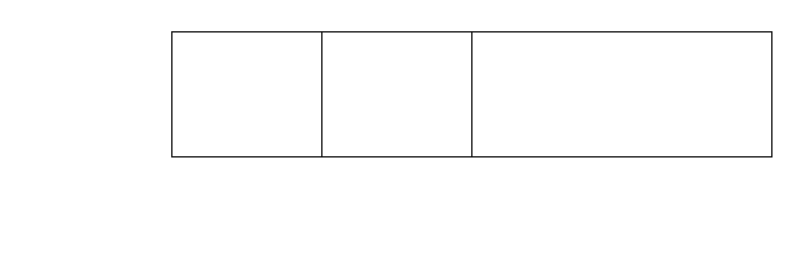
hookex/chart keeps this draw.io diagram as ctuFrame.drawio. Above is the earlier version. Source tidied: cells renumbered, new cells numbered last; positions are measured from the earlier drawing's top-left corner, leaving out a move shared by most shapes. Both pictures are drawn from the tidied source at 125%, with x=0, y=0 at pixel (171, 31).
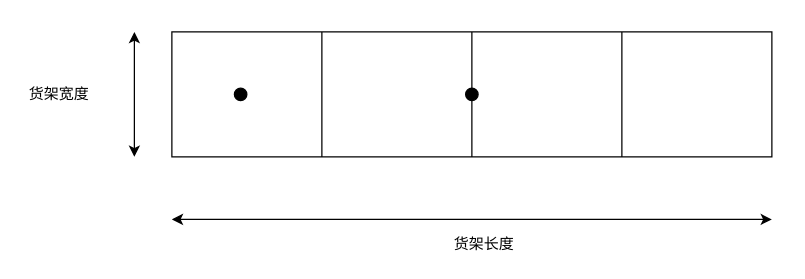
Above is the later version.

Diff of the diagram source:
```diff
@@
 <mxGraphModel>
   <root>
     <mxCell id="0" />
     <mxCell id="1" parent="0" />
     <mxCell id="2" style="rounded=0;whiteSpace=wrap;html=1;" parent="1" vertex="1">
       <mxGeometry width="480" height="100" as="geometry" />
     </mxCell>
-    <mxCell id="3" style="endArrow=none;html=1;entryX=0.5;entryY=0;entryDx=0;entryDy=0;exitX=0.5;exitY=1;exitDx=0;exitDy=0;" parent="1" edge="1" source="2" target="2">
+    <mxCell id="3" style="endArrow=none;html=1;entryX=0.5;entryY=0;entryDx=0;entryDy=0;exitX=0.5;exitY=1;exitDx=0;exitDy=0;" parent="1" edge="1" source="11" target="2">
       <mxGeometry relative="1" as="geometry" />
     </mxCell>
     <mxCell id="4" style="endArrow=none;html=1;entryX=0.25;entryY=0;entryDx=0;entryDy=0;exitX=0.25;exitY=1;exitDx=0;exitDy=0;" parent="1" edge="1" source="2" target="2">
       <mxGeometry relative="1" as="geometry" />
     </mxCell>
+    <mxCell id="5" style="endArrow=none;html=1;exitX=0.75;exitY=1;exitDx=0;exitDy=0;" parent="1" edge="1" source="2">
+      <mxGeometry relative="1" as="geometry">
+        <mxPoint x="360" as="targetPoint" />
+      </mxGeometry>
+    </mxCell>
+    <mxCell id="6" style="endArrow=classic;startArrow=classic;html=1;" parent="1" edge="1">
+      <mxGeometry relative="1" as="geometry">
+        <mxPoint y="150" as="sourcePoint" />
+        <mxPoint x="480" y="150" as="targetPoint" />
+      </mxGeometry>
+    </mxCell>
+    <mxCell id="7" value="货架长度" style="text;html=1;strokeColor=none;fillColor=none;align=center;verticalAlign=middle;whiteSpace=wrap;rounded=0;" parent="1" vertex="1">
+      <mxGeometry x="220" y="160" width="60" height="20" as="geometry" />
+    </mxCell>
+    <mxCell id="8" value="货架宽度" style="text;html=1;strokeColor=none;fillColor=none;align=center;verticalAlign=middle;whiteSpace=wrap;rounded=0;" parent="1" vertex="1">
+      <mxGeometry x="-120" y="40" width="60" height="20" as="geometry" />
+    </mxCell>
+    <mxCell id="9" style="endArrow=classic;startArrow=classic;html=1;" parent="1" edge="1">
+      <mxGeometry relative="1" as="geometry">
+        <mxPoint x="-30" y="100" as="sourcePoint" />
+        <mxPoint x="-30" as="targetPoint" />
+      </mxGeometry>
+    </mxCell>
+    <mxCell id="10" style="ellipse;whiteSpace=wrap;html=1;fillColor=#000000;" parent="1" vertex="1">
+      <mxGeometry x="50" y="45" width="10" height="10" as="geometry" />
+    </mxCell>
+    <mxCell id="11" style="ellipse;whiteSpace=wrap;html=1;fillColor=#000000;" parent="1" vertex="1">
+      <mxGeometry x="235" y="45" width="10" height="10" as="geometry" />
+    </mxCell>
+    <mxCell id="12" style="endArrow=none;html=1;entryX=0.5;entryY=0;entryDx=0;entryDy=0;exitX=0.5;exitY=1;exitDx=0;exitDy=0;" parent="1" edge="1" source="2" target="11">
+      <mxGeometry relative="1" as="geometry" />
+    </mxCell>
   </root>
 </mxGraphModel>
```
